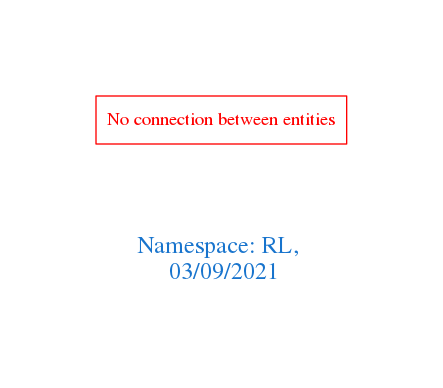
This is downloads/RL.png from arago/OGIT, a Graphviz export, as it was before one commit. Its source is kept beside it as downloads/RL.dot.
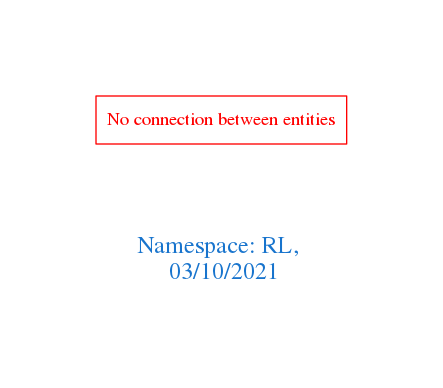
After the commit.

What changed in the source:
```diff
@@ -1,7 +1,7 @@
 digraph OGIT_ontology {
  graph [ rankdir= LR,pad=1
 fontsize = 18,
-fontcolor= dodgerblue3,label = "\n\n\nNamespace: RL, \n 03/09/2021"];
+fontcolor= dodgerblue3,label = "\n\n\nNamespace: RL, \n 03/10/2021"];
 node[shape=polygon];
 edge [  color="gray81"];
 
```
